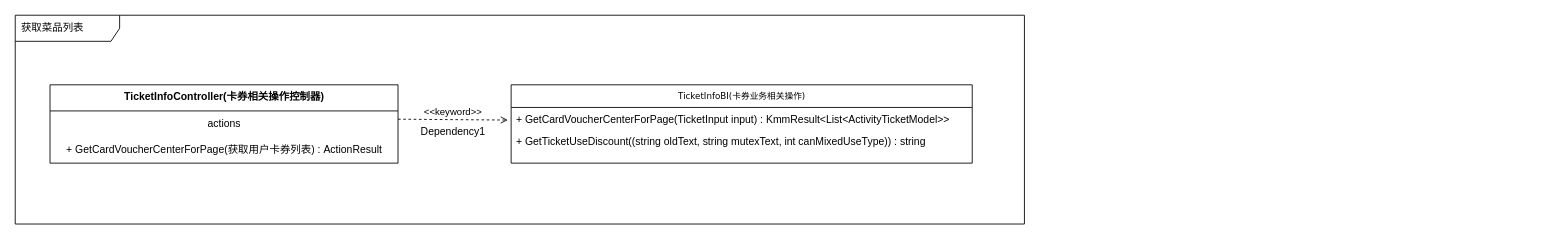
This is Kemai/接口获取菜品列表.drawio from noobwu/diagrams, a draw.io file, before an edit. Source tidied: cells renumbered, new cells numbered last; positions are measured from the earlier drawing's top-left corner, leaving out a move shared by most shapes. Both pictures are drawn from the tidied source at 87%, with x=0, y=0 at pixel (15, 15).
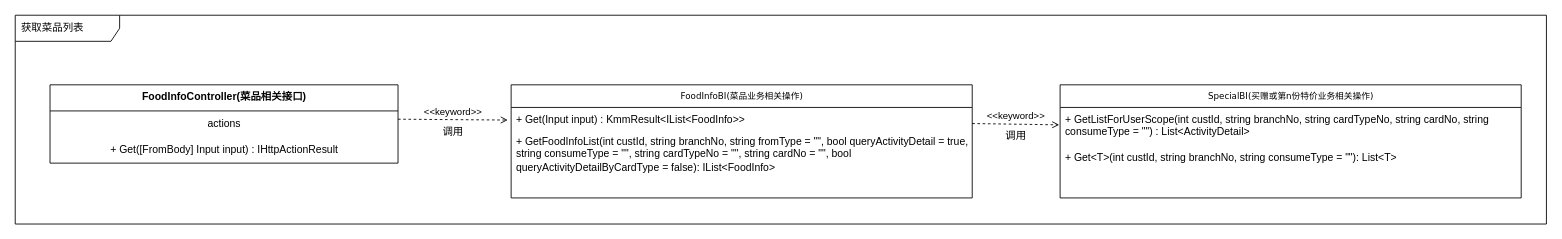
After the change.

Commit message:
Update 接口获取菜品列表.drawio

Diff of the diagram source:
```diff
@@
 <mxGraphModel>
   <root>
     <mxCell id="0" />
     <mxCell id="1" parent="0" />
     <mxCell id="2" value="获取菜品列表" style="shape=umlFrame;whiteSpace=wrap;html=1;width=120;height=30;boundedLbl=1;verticalAlign=middle;align=left;spacingLeft=5;" parent="1" vertex="1">
-      <mxGeometry width="1160" height="240" as="geometry" />
+      <mxGeometry width="1760" height="240" as="geometry" />
     </mxCell>
-    <mxCell id="3" value="TicketInfoController(卡券相关操作控制器)" style="swimlane;fontStyle=1;align=center;verticalAlign=top;horizontal=1;startSize=30;html=1;fillColor=default;" parent="1" vertex="1">
+    <mxCell id="3" value="FoodInfoController(菜品相关接口)" style="swimlane;fontStyle=1;align=center;verticalAlign=top;horizontal=1;startSize=30;html=1;fillColor=default;" parent="1" vertex="1">
       <mxGeometry x="40" y="80" width="400" height="90" as="geometry" />
     </mxCell>
     <mxCell id="4" value="actions" style="html=1;strokeColor=none;fillColor=none;align=center;verticalAlign=middle;spacingLeft=4;spacingRight=4;" parent="3" vertex="1">
       <mxGeometry y="30" width="400" height="30" as="geometry" />
     </mxCell>
-    <mxCell id="5" value="+ GetCardVoucherCenterForPage(获取用户卡券列表) :&amp;nbsp;ActionResult" style="html=1;strokeColor=none;fillColor=none;align=center;verticalAlign=middle;spacingLeft=4;spacingRight=4;" parent="3" vertex="1">
+    <mxCell id="5" value="+ Get([FromBody] Input input) :&amp;nbsp;IHttpActionResult" style="html=1;strokeColor=none;fillColor=none;align=center;verticalAlign=middle;spacingLeft=4;spacingRight=4;" parent="3" vertex="1">
       <mxGeometry y="60" width="400" height="30" as="geometry" />
     </mxCell>
-    <mxCell id="6" value="TicketInfoBI(卡券业务相关操作)" style="swimlane;html=1;fontStyle=0;horizontal=1;startSize=26;fillColor=none;swimlaneFillColor=#ffffff;rounded=0;shadow=0;comic=0;labelBackgroundColor=none;strokeWidth=1;fontFamily=Verdana;fontSize=10;align=center;" parent="1" vertex="1">
-      <mxGeometry x="570" y="80" width="530" height="90" as="geometry" />
+    <mxCell id="6" value="FoodInfoBI(菜品业务相关操作)" style="swimlane;html=1;fontStyle=0;horizontal=1;startSize=26;fillColor=none;swimlaneFillColor=#ffffff;rounded=0;shadow=0;comic=0;labelBackgroundColor=none;strokeWidth=1;fontFamily=Verdana;fontSize=10;align=center;" parent="1" vertex="1">
+      <mxGeometry x="570" y="80" width="530" height="130" as="geometry" />
     </mxCell>
-    <mxCell id="7" value="&lt;span&gt;+ GetCardVoucherCenterForPage(TicketInput input)&amp;nbsp;:&amp;nbsp;&lt;/span&gt;KmmResult&amp;lt;List&amp;lt;ActivityTicketModel&amp;gt;&amp;gt;" style="text;html=1;strokeColor=none;fillColor=none;align=left;verticalAlign=top;spacingLeft=4;spacingRight=4;whiteSpace=wrap;overflow=hidden;" parent="6" vertex="1">
+    <mxCell id="7" value="&lt;span&gt;+ Get(Input input)&amp;nbsp;:&amp;nbsp;&lt;/span&gt;KmmResult&amp;lt;IList&amp;lt;FoodInfo&amp;gt;&amp;gt;" style="text;html=1;strokeColor=none;fillColor=none;align=left;verticalAlign=top;spacingLeft=4;spacingRight=4;whiteSpace=wrap;overflow=hidden;" parent="6" vertex="1">
       <mxGeometry y="26" width="530" height="26" as="geometry" />
     </mxCell>
-    <mxCell id="8" value="&lt;span&gt;+ GetTicketUseDiscount((string oldText, string mutexText, int canMixedUseType))&amp;nbsp;:&amp;nbsp;&lt;/span&gt;string" style="text;html=1;strokeColor=none;fillColor=none;align=left;verticalAlign=top;spacingLeft=4;spacingRight=4;whiteSpace=wrap;overflow=hidden;" parent="6" vertex="1">
-      <mxGeometry y="52" width="530" height="26" as="geometry" />
-    </mxCell>
+    <mxCell id="11" value="&lt;span&gt;+ GetFoodInfoList(int custId, string branchNo, string fromType = &quot;&quot;, bool queryActivityDetail = true, string consumeType = &quot;&quot;, string cardTypeNo = &quot;&quot;, string cardNo = &quot;&quot;, bool queryActivityDetailByCardType = false):&amp;nbsp;&lt;/span&gt;IList&amp;lt;FoodInfo&amp;gt;" style="text;html=1;strokeColor=none;fillColor=none;align=left;verticalAlign=top;spacingLeft=4;spacingRight=4;whiteSpace=wrap;overflow=hidden;" parent="6" vertex="1">
+      <mxGeometry y="52" width="530" height="78" as="geometry" />
+    </mxCell>
     <mxCell id="9" value="&amp;lt;&amp;lt;keyword&amp;gt;&amp;gt;" style="endArrow=open;html=1;rounded=0;align=center;verticalAlign=bottom;dashed=1;endFill=0;labelBackgroundColor=none;entryX=0;entryY=0.5;entryDx=0;entryDy=0;exitX=1.014;exitY=0.3;exitDx=0;exitDy=0;exitPerimeter=0;" parent="1" edge="1">
       <mxGeometry relative="1" as="geometry">
         <mxPoint x="440" y="119.5" as="sourcePoint" />
         <mxPoint x="566.2" y="120.5" as="targetPoint" />
       </mxGeometry>
     </mxCell>
-    <mxCell id="10" value="Dependency1" style="html=1;align=center;verticalAlign=top;labelBackgroundColor=none;fillColor=default;" parent="9" vertex="1">
+    <mxCell id="10" value="调用" style="html=1;align=center;verticalAlign=top;labelBackgroundColor=none;fillColor=default;" parent="9" vertex="1">
       <mxGeometry relative="1" as="geometry" />
     </mxCell>
+    <mxCell id="12" value="SpecialBI(买赠或第n份特价业务相关操作)" style="swimlane;html=1;fontStyle=0;horizontal=1;startSize=26;fillColor=none;swimlaneFillColor=#ffffff;rounded=0;shadow=0;comic=0;labelBackgroundColor=none;strokeWidth=1;fontFamily=Verdana;fontSize=10;align=center;" parent="1" vertex="1">
+      <mxGeometry x="1201" y="80" width="530" height="130" as="geometry" />
+    </mxCell>
+    <mxCell id="13" value="&lt;span&gt;+&amp;nbsp;&lt;/span&gt;GetListForUserScope(int custId, string branchNo, string cardTypeNo, string cardNo, string consumeType = &quot;&quot;) :&amp;nbsp;List&amp;lt;ActivityDetail&amp;gt;" style="text;html=1;strokeColor=none;fillColor=none;align=left;verticalAlign=top;spacingLeft=4;spacingRight=4;whiteSpace=wrap;overflow=hidden;" parent="12" vertex="1">
+      <mxGeometry y="26" width="530" height="44" as="geometry" />
+    </mxCell>
+    <mxCell id="14" value="&lt;span&gt;+&amp;nbsp;&lt;/span&gt;Get&amp;lt;T&amp;gt;(int custId, string branchNo, string consumeType = &quot;&quot;):&amp;nbsp;List&amp;lt;T&amp;gt;" style="text;html=1;strokeColor=none;fillColor=none;align=left;verticalAlign=top;spacingLeft=4;spacingRight=4;whiteSpace=wrap;overflow=hidden;" parent="12" vertex="1">
+      <mxGeometry y="70" width="530" height="44" as="geometry" />
+    </mxCell>
+    <mxCell id="15" value="&amp;lt;&amp;lt;keyword&amp;gt;&amp;gt;" style="endArrow=open;html=1;rounded=0;align=center;verticalAlign=bottom;dashed=1;endFill=0;labelBackgroundColor=none;exitX=1.014;exitY=0.3;exitDx=0;exitDy=0;exitPerimeter=0;" parent="1" edge="1">
+      <mxGeometry relative="1" as="geometry">
+        <mxPoint x="1100" y="124.5" as="sourcePoint" />
+        <mxPoint x="1200" y="126" as="targetPoint" />
+      </mxGeometry>
+    </mxCell>
+    <mxCell id="16" value="调用" style="html=1;align=center;verticalAlign=top;labelBackgroundColor=none;fillColor=default;" parent="15" vertex="1">
+      <mxGeometry relative="1" as="geometry" />
+    </mxCell>
   </root>
 </mxGraphModel>
```
